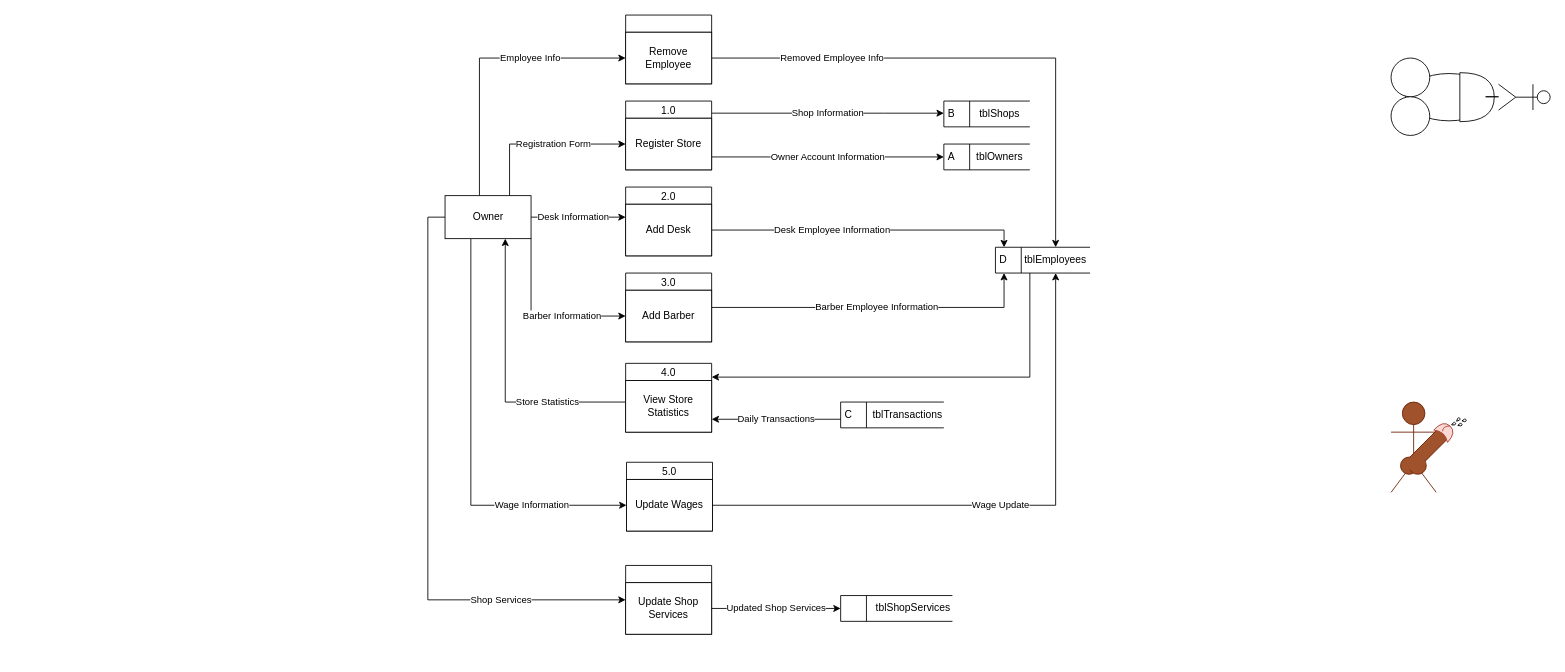
iampotato16/AppointCut keeps this draw.io diagram as page "Owner" (1 of 5) of Diagrams/Data flow.drawio. Above is the earlier version. Source tidied: cells renumbered, new cells numbered last; positions are measured from the earlier drawing's top-left corner, leaving out a move shared by most shapes. Both pictures are drawn from the tidied source at 86%, with x=0, y=0 at pixel (427, 15).
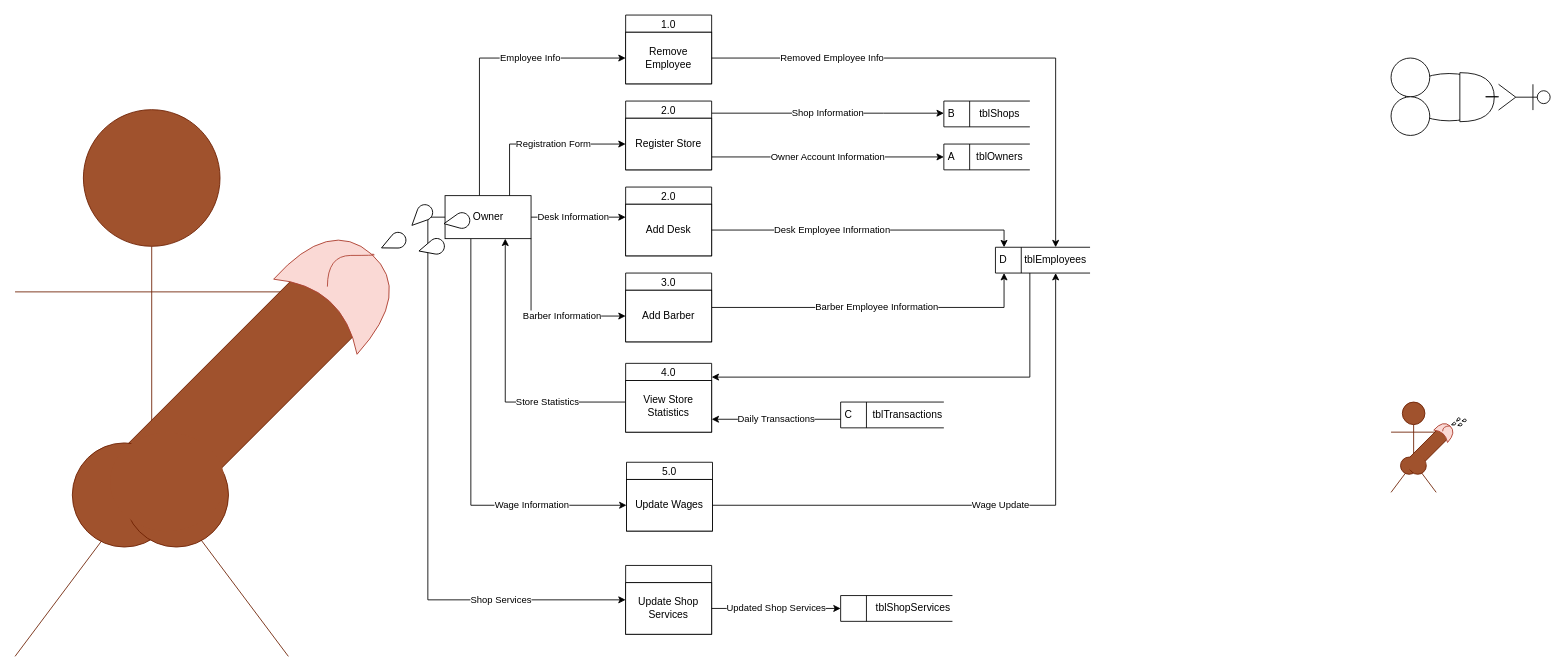
The same diagram, later.

The change refers to these unchanged cells:
```xml
<mxCell id="16" style="group;" parent="1" vertex="1">
  <mxGeometry x="230" y="100" width="100" height="80" as="geometry" />
</mxCell>
```

What changed in the source:
```diff
@@
-    <mxCell id="17" value="1.0" style="swimlane;fontStyle=0;horizontal=1;startSize=20;fillColor=#ffffff;swimlaneFillColor=#ffffff;" parent="16" vertex="1">
+    <mxCell id="17" value="2.0" style="swimlane;fontStyle=0;horizontal=1;startSize=20;fillColor=#ffffff;swimlaneFillColor=#ffffff;" parent="16" vertex="1">
       <mxGeometry width="100" height="80" as="geometry" />
     </mxCell>
@@
-    <mxCell id="44" style="swimlane;fontStyle=0;horizontal=1;startSize=20;fillColor=#ffffff;swimlaneFillColor=#ffffff;" parent="1" vertex="1">
+    <mxCell id="44" value="1.0" style="swimlane;fontStyle=0;horizontal=1;startSize=20;fillColor=#ffffff;swimlaneFillColor=#ffffff;" parent="1" vertex="1">
       <mxGeometry x="230" width="100" height="80" as="geometry" />
     </mxCell>
@@
+    <mxCell id="69" style="group;" parent="1" vertex="1">
+      <mxGeometry x="-480" y="110" width="530.2" height="635.7" as="geometry" />
+    </mxCell>
+    <mxCell id="70" style="group;" parent="69" vertex="1">
+      <mxGeometry width="463.1" height="635.7" as="geometry" />
+    </mxCell>
+    <mxCell id="71" style="shape=umlActor;verticalLabelPosition=bottom;verticalAlign=top;html=1;fillColor=#a0522d;strokeColor=#6D1F00;fontColor=#ffffff;" parent="70" vertex="1">
+      <mxGeometry width="317.8" height="635.7" as="geometry" />
+    </mxCell>
+    <mxCell id="72" style="rounded=1;whiteSpace=wrap;html=1;rotation=-45;fillColor=#a0522d;strokeColor=#6D1F00;fontColor=#ffffff;" parent="70" vertex="1">
+      <mxGeometry x="75.1" y="287" width="355.7" height="96.9" as="geometry" />
+    </mxCell>
+    <mxCell id="73" style="ellipse;whiteSpace=wrap;html=1;fillColor=#a0522d;strokeColor=#6D1F00;fontColor=#ffffff;" parent="70" vertex="1">
+      <mxGeometry x="66.6" y="387.5" width="121.1" height="121.1" as="geometry" />
+    </mxCell>
+    <mxCell id="74" style="ellipse;whiteSpace=wrap;html=1;fillColor=#a0522d;strokeColor=#6D1F00;fontColor=#ffffff;" parent="70" vertex="1">
+      <mxGeometry x="127.1" y="387.5" width="121.1" height="121.1" as="geometry" />
+    </mxCell>
+    <mxCell id="75" style="ellipse;whiteSpace=wrap;html=1;strokeColor=none;fillColor=#a0522d;fontColor=#ffffff;" parent="70" vertex="1">
+      <mxGeometry x="110.5" y="375.3" width="133.2" height="115" as="geometry" />
+    </mxCell>
+    <mxCell id="76" style="shape=xor;whiteSpace=wrap;html=1;rotation=312;fillColor=#fad9d5;strokeColor=#ae4132;" parent="70" vertex="1">
+      <mxGeometry x="333" y="139.2" width="97.8" height="130.5" as="geometry" />
+    </mxCell>
+    <mxCell id="77" style="curved=1;endArrow=none;html=1;rounded=0;edgeStyle=orthogonalEdgeStyle;endFill=0;entryX=1;entryY=0.5;entryDx=0;entryDy=0;entryPerimeter=0;fillColor=#fad9d5;strokeColor=#ae4132;" parent="70" edge="1" target="76">
+      <mxGeometry relative="1" as="geometry">
+        <mxPoint x="363.2" y="205.8" as="sourcePoint" />
+        <Array as="points">
+          <mxPoint x="363.2" y="169.5" />
+          <mxPoint x="417.7" y="169.5" />
+        </Array>
+      </mxGeometry>
+    </mxCell>
+    <mxCell id="78" style="verticalLabelPosition=bottom;verticalAlign=top;html=1;shape=mxgraph.basic.drop;rotation=-115;" parent="70" vertex="1">
+      <mxGeometry x="430.8" y="139.2" width="18.2" height="30.3" as="geometry" />
+    </mxCell>
+    <mxCell id="79" style="verticalLabelPosition=bottom;verticalAlign=top;html=1;shape=mxgraph.basic.drop;rotation=-100;" parent="69" vertex="1">
+      <mxGeometry x="504.6" y="114.8" width="18.2" height="30.3" as="geometry" />
+    </mxCell>
+    <mxCell id="80" style="verticalLabelPosition=bottom;verticalAlign=top;html=1;shape=mxgraph.basic.drop;rotation=-135;" parent="69" vertex="1">
+      <mxGeometry x="463.1" y="108.7" width="18.2" height="30.3" as="geometry" />
+    </mxCell>
+    <mxCell id="81" style="verticalLabelPosition=bottom;verticalAlign=top;html=1;shape=mxgraph.basic.drop;rotation=-105;" parent="69" vertex="1">
+      <mxGeometry x="475.2" y="145.3" width="18.2" height="30.3" as="geometry" />
+    </mxCell>
```
